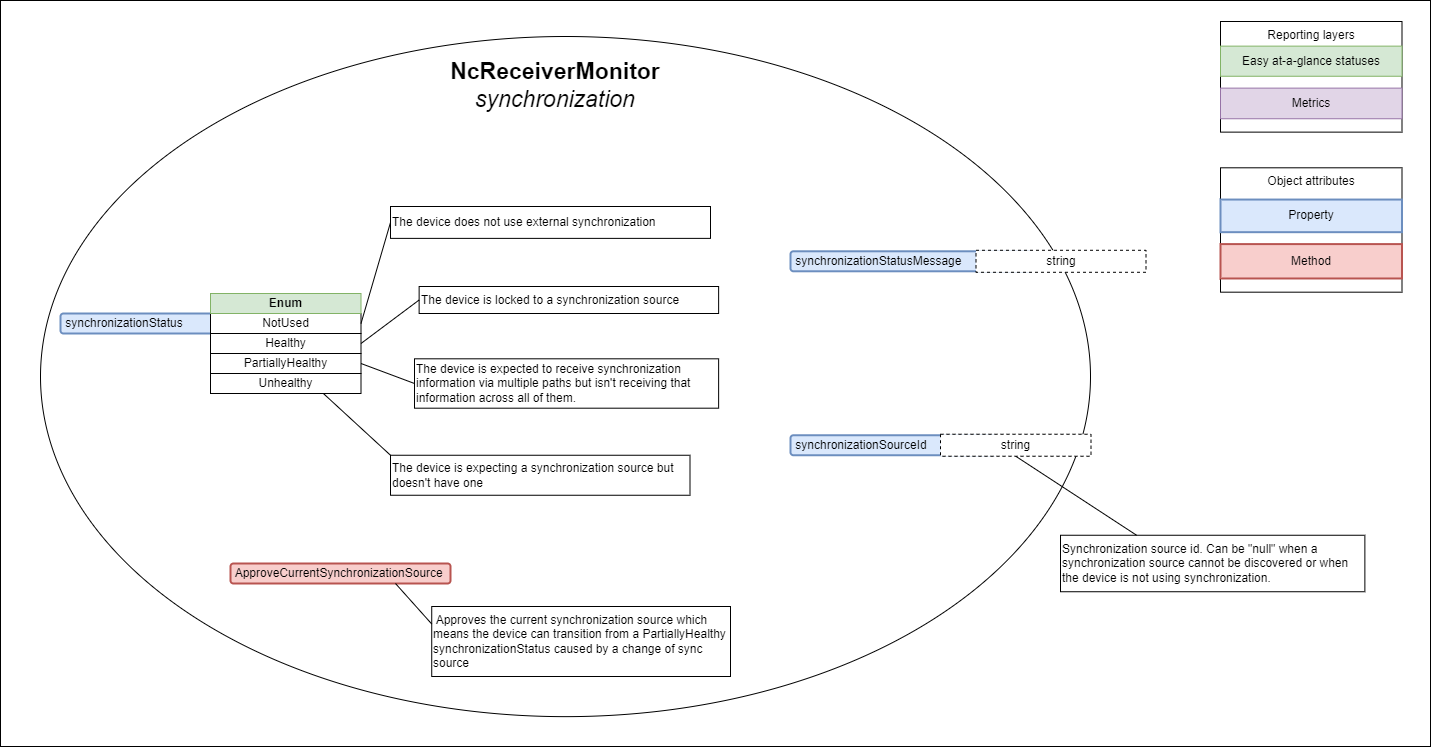
The draw.io diagram docs/images/receiver-model-synchronization.png in AMWA-TV/bcp-008-01, before a commit. Source tidied: cells renumbered, new cells last; positions are measured from the earlier drawing's top-left corner, leaving out a move shared by most shapes.
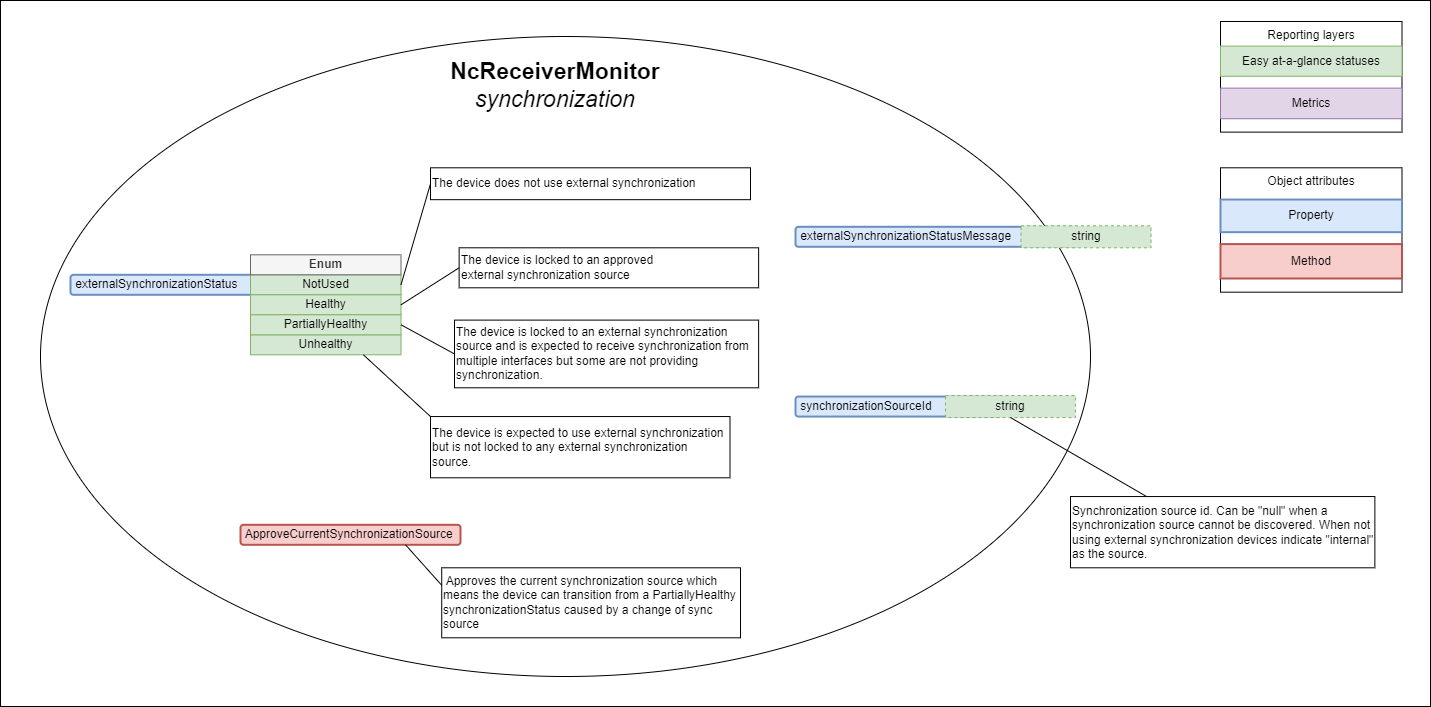
After the change.

Diff of the diagram source:
```diff
@@ -3,10 +3,10 @@
     <mxCell id="0" />
     <mxCell id="1" parent="0" />
     <mxCell id="2" style="rounded=0;whiteSpace=wrap;html=1;" parent="1" vertex="1">
-      <mxGeometry width="1430" height="746" as="geometry" />
+      <mxGeometry width="1430" height="706" as="geometry" />
     </mxCell>
     <mxCell id="3" style="ellipse;whiteSpace=wrap;html=1;" parent="1" vertex="1">
-      <mxGeometry x="40" y="36" width="1050" height="680.1" as="geometry" />
+      <mxGeometry x="40" y="36" width="1050" height="640" as="geometry" />
     </mxCell>
     <mxCell id="4" value="Reporting layers" style="rounded=0;whiteSpace=wrap;html=1;horizontal=1;verticalAlign=top;" parent="1" vertex="1">
       <mxGeometry x="1220" y="21" width="181.5" height="110.6" as="geometry" />
@@ -29,59 +29,59 @@
     <mxCell id="10" value="NcReceiverMonitor&lt;div&gt;&lt;span style=&quot;font-weight: normal;&quot;&gt;&lt;i&gt;synchronization&lt;/i&gt;&lt;/span&gt;&lt;/div&gt;" style="text;html=1;strokeColor=none;fillColor=none;align=center;verticalAlign=middle;whiteSpace=wrap;rounded=0;strokeWidth=1;fontSize=23;fontStyle=1;" parent="1" vertex="1">
       <mxGeometry x="431.2" y="51.9" width="247.5" height="65.6" as="geometry" />
     </mxCell>
-    <mxCell id="11" value="&amp;nbsp;synchronizationStatus" style="rounded=1;whiteSpace=wrap;html=1;align=left;fillColor=#dae8fc;strokeColor=#6c8ebf;strokeWidth=2;" parent="1" vertex="1">
-      <mxGeometry x="60" y="313" width="207.5" height="20" as="geometry" />
+    <mxCell id="11" value="&amp;nbsp;externalSynchronizationStatus" style="rounded=1;whiteSpace=wrap;html=1;align=left;fillColor=#dae8fc;strokeColor=#6c8ebf;strokeWidth=2;" parent="1" vertex="1">
+      <mxGeometry x="70" y="274.3" width="237.5" height="20" as="geometry" />
     </mxCell>
-    <mxCell id="12" value="NotUsed" style="rounded=0;whiteSpace=wrap;html=1;" parent="1" vertex="1">
-      <mxGeometry x="210" y="313" width="150.5" height="20" as="geometry" />
+    <mxCell id="12" value="NotUsed" style="rounded=0;whiteSpace=wrap;html=1;fillColor=#d5e8d4;strokeColor=#82b366;" parent="1" vertex="1">
+      <mxGeometry x="250" y="274.3" width="150.5" height="20" as="geometry" />
     </mxCell>
-    <mxCell id="13" value="Enum" style="rounded=0;whiteSpace=wrap;html=1;fillColor=#d5e8d4;strokeColor=#82b366;fontStyle=1;" parent="1" vertex="1">
-      <mxGeometry x="210" y="293" width="150.5" height="20" as="geometry" />
+    <mxCell id="13" value="Enum" style="rounded=0;whiteSpace=wrap;html=1;fillColor=#f5f5f5;strokeColor=#666666;fontStyle=1;fontColor=#333333;" parent="1" vertex="1">
+      <mxGeometry x="250" y="254.3" width="150.5" height="20" as="geometry" />
     </mxCell>
-    <mxCell id="14" value="Unhealthy" style="rounded=0;whiteSpace=wrap;html=1;" parent="1" vertex="1">
-      <mxGeometry x="210" y="373" width="150.5" height="20" as="geometry" />
+    <mxCell id="14" value="Unhealthy" style="rounded=0;whiteSpace=wrap;html=1;fillColor=#d5e8d4;strokeColor=#82b366;" parent="1" vertex="1">
+      <mxGeometry x="250" y="334.3" width="150.5" height="20" as="geometry" />
     </mxCell>
     <mxCell id="15" value="&amp;nbsp;&lt;span style=&quot;background-color: initial;&quot;&gt;synchronizationSourceId&lt;/span&gt;" style="rounded=1;whiteSpace=wrap;html=1;align=left;fillColor=#dae8fc;strokeColor=#6c8ebf;strokeWidth=2;" parent="1" vertex="1">
-      <mxGeometry x="790" y="434.8" width="206.5" height="20" as="geometry" />
+      <mxGeometry x="795" y="396.1" width="206.5" height="20" as="geometry" />
     </mxCell>
-    <mxCell id="16" value="string" style="rounded=0;whiteSpace=wrap;html=1;dashed=1;" parent="1" vertex="1">
-      <mxGeometry x="940" y="433.8" width="150.5" height="22" as="geometry" />
+    <mxCell id="16" value="string" style="rounded=0;whiteSpace=wrap;html=1;dashed=1;fillColor=#d5e8d4;strokeColor=#82b366;" parent="1" vertex="1">
+      <mxGeometry x="945" y="395" width="130" height="22" as="geometry" />
     </mxCell>
-    <mxCell id="17" value="The device is locked to a synchronization source" style="text;html=1;strokeColor=default;fillColor=default;align=left;verticalAlign=middle;whiteSpace=wrap;rounded=0;" parent="1" vertex="1">
-      <mxGeometry x="418.6" y="286" width="299.5" height="27" as="geometry" />
+    <mxCell id="17" value="The device is locked to an approved external&amp;nbsp;&lt;span style=&quot;background-color: initial;&quot;&gt;synchronization source&lt;/span&gt;" style="text;html=1;strokeColor=default;fillColor=default;align=left;verticalAlign=middle;whiteSpace=wrap;rounded=0;" parent="1" vertex="1">
+      <mxGeometry x="458.6" y="247.3" width="299.5" height="40" as="geometry" />
     </mxCell>
-    <mxCell id="18" value="Healthy" style="rounded=0;whiteSpace=wrap;html=1;" parent="1" vertex="1">
-      <mxGeometry x="210" y="333" width="150.5" height="20" as="geometry" />
+    <mxCell id="18" value="Healthy" style="rounded=0;whiteSpace=wrap;html=1;fillColor=#d5e8d4;strokeColor=#82b366;" parent="1" vertex="1">
+      <mxGeometry x="250" y="294.3" width="150.5" height="20" as="geometry" />
     </mxCell>
-    <mxCell id="19" value="Synchronization source id. Can be &quot;null&quot; when a synchronization source cannot be discovered or when the device is not using synchronization." style="text;html=1;strokeColor=default;fillColor=default;align=left;verticalAlign=middle;whiteSpace=wrap;rounded=0;" parent="1" vertex="1">
-      <mxGeometry x="1060" y="534.8" width="304.4" height="56.5" as="geometry" />
+    <mxCell id="19" value="Synchronization source id. Can be &quot;null&quot; when a synchronization source cannot be discovered. When not using external synchronization devices indicate &quot;internal&quot; as the source." style="text;html=1;strokeColor=default;fillColor=default;align=left;verticalAlign=middle;whiteSpace=wrap;rounded=0;" parent="1" vertex="1">
+      <mxGeometry x="1070" y="496" width="304.4" height="71.2" as="geometry" />
     </mxCell>
     <mxCell id="20" style="endArrow=none;html=1;rounded=0;entryX=0.25;entryY=0;entryDx=0;entryDy=0;exitX=0.5;exitY=1;exitDx=0;exitDy=0;" parent="1" edge="1" source="16" target="19">
       <mxGeometry relative="1" as="geometry" />
     </mxCell>
     <mxCell id="21" value="The device does not use external synchronization" style="text;html=1;strokeColor=default;fillColor=default;align=left;verticalAlign=middle;whiteSpace=wrap;rounded=0;" parent="1" vertex="1">
-      <mxGeometry x="390" y="206" width="320" height="31.9" as="geometry" />
+      <mxGeometry x="430" y="167.3" width="320" height="31.9" as="geometry" />
     </mxCell>
     <mxCell id="22" style="endArrow=none;html=1;rounded=0;entryX=0;entryY=0.5;entryDx=0;entryDy=0;exitX=1;exitY=0.5;exitDx=0;exitDy=0;" parent="1" edge="1" source="12" target="21">
       <mxGeometry relative="1" as="geometry" />
     </mxCell>
-    <mxCell id="23" value="The device is expecting a synchronization source but doesn't have one" style="text;html=1;strokeColor=default;fillColor=default;align=left;verticalAlign=middle;whiteSpace=wrap;rounded=0;" parent="1" vertex="1">
-      <mxGeometry x="390" y="454.8" width="299.5" height="40" as="geometry" />
+    <mxCell id="23" value="The device is expected to use external synchronization but is not locked to any external synchronization source." style="text;html=1;strokeColor=default;fillColor=default;align=left;verticalAlign=middle;whiteSpace=wrap;rounded=0;" parent="1" vertex="1">
+      <mxGeometry x="430" y="416" width="299.5" height="61.2" as="geometry" />
     </mxCell>
     <mxCell id="24" style="endArrow=none;html=1;rounded=0;entryX=0;entryY=0;entryDx=0;entryDy=0;exitX=0.75;exitY=1;exitDx=0;exitDy=0;" parent="1" edge="1" source="14" target="23">
       <mxGeometry relative="1" as="geometry" />
     </mxCell>
-    <mxCell id="25" value="The device is expected to receive synchronization information via multiple paths but isn't receiving that information across all of them." style="text;html=1;strokeColor=default;fillColor=default;align=left;verticalAlign=middle;whiteSpace=wrap;rounded=0;" parent="1" vertex="1">
-      <mxGeometry x="414" y="358.3" width="304.1" height="49.4" as="geometry" />
+    <mxCell id="25" value="The device is locked to an external synchronization source and is expected to receive synchronization from multiple interfaces but some are not providing synchronization." style="text;html=1;strokeColor=default;fillColor=default;align=left;verticalAlign=middle;whiteSpace=wrap;rounded=0;" parent="1" vertex="1">
+      <mxGeometry x="454" y="319.6" width="304.1" height="67.7" as="geometry" />
     </mxCell>
-    <mxCell id="26" value="PartiallyHealthy" style="rounded=0;whiteSpace=wrap;html=1;" parent="1" vertex="1">
-      <mxGeometry x="210" y="353" width="150.5" height="20" as="geometry" />
+    <mxCell id="26" value="PartiallyHealthy" style="rounded=0;whiteSpace=wrap;html=1;fillColor=#d5e8d4;strokeColor=#82b366;" parent="1" vertex="1">
+      <mxGeometry x="250" y="314.3" width="150.5" height="20" as="geometry" />
     </mxCell>
-    <mxCell id="27" value="&amp;nbsp;synchronizationStatusMessage" style="rounded=1;whiteSpace=wrap;html=1;align=left;fillColor=#dae8fc;strokeColor=#6c8ebf;strokeWidth=2;" parent="1" vertex="1">
-      <mxGeometry x="790" y="250.8" width="243" height="20" as="geometry" />
+    <mxCell id="27" value="&amp;nbsp;externalSynchronizationStatusMessage" style="rounded=1;whiteSpace=wrap;html=1;align=left;fillColor=#dae8fc;strokeColor=#6c8ebf;strokeWidth=2;" parent="1" vertex="1">
+      <mxGeometry x="795" y="226.3" width="283" height="20" as="geometry" />
     </mxCell>
-    <mxCell id="28" value="string" style="rounded=0;whiteSpace=wrap;html=1;dashed=1;" parent="1" vertex="1">
-      <mxGeometry x="975.5" y="249.8" width="170" height="22" as="geometry" />
+    <mxCell id="28" value="string" style="rounded=0;whiteSpace=wrap;html=1;dashed=1;fillColor=#d5e8d4;strokeColor=#82b366;" parent="1" vertex="1">
+      <mxGeometry x="1020.5" y="225.3" width="130" height="22" as="geometry" />
     </mxCell>
     <mxCell id="29" style="endArrow=none;html=1;rounded=0;entryX=0;entryY=0.5;entryDx=0;entryDy=0;exitX=1;exitY=0.5;exitDx=0;exitDy=0;" parent="1" edge="1" source="26" target="25">
       <mxGeometry relative="1" as="geometry" />
@@ -90,10 +90,10 @@
       <mxGeometry relative="1" as="geometry" />
     </mxCell>
     <mxCell id="31" value="&amp;nbsp;ApproveCurrentSynchronizationSource" style="rounded=1;whiteSpace=wrap;html=1;align=left;fillColor=#f8cecc;strokeColor=#b85450;strokeWidth=2;" parent="1" vertex="1">
-      <mxGeometry x="230" y="563" width="220" height="20" as="geometry" />
+      <mxGeometry x="240" y="524.3" width="220" height="20" as="geometry" />
     </mxCell>
     <mxCell id="32" value="&amp;nbsp;Approves the current synchronization source which means the device can transition from a PartiallyHealthy synchronizationStatus caused by a change of sync source" style="text;html=1;strokeColor=default;fillColor=default;align=left;verticalAlign=middle;whiteSpace=wrap;rounded=0;" parent="1" vertex="1">
-      <mxGeometry x="431.2" y="606" width="298.8" height="70" as="geometry" />
+      <mxGeometry x="441.2" y="567.3" width="298.8" height="70" as="geometry" />
     </mxCell>
     <mxCell id="33" style="endArrow=none;html=1;rounded=0;entryX=0;entryY=0.25;entryDx=0;entryDy=0;exitX=0.75;exitY=1;exitDx=0;exitDy=0;" parent="1" edge="1" source="31" target="32">
       <mxGeometry relative="1" as="geometry" />
```
